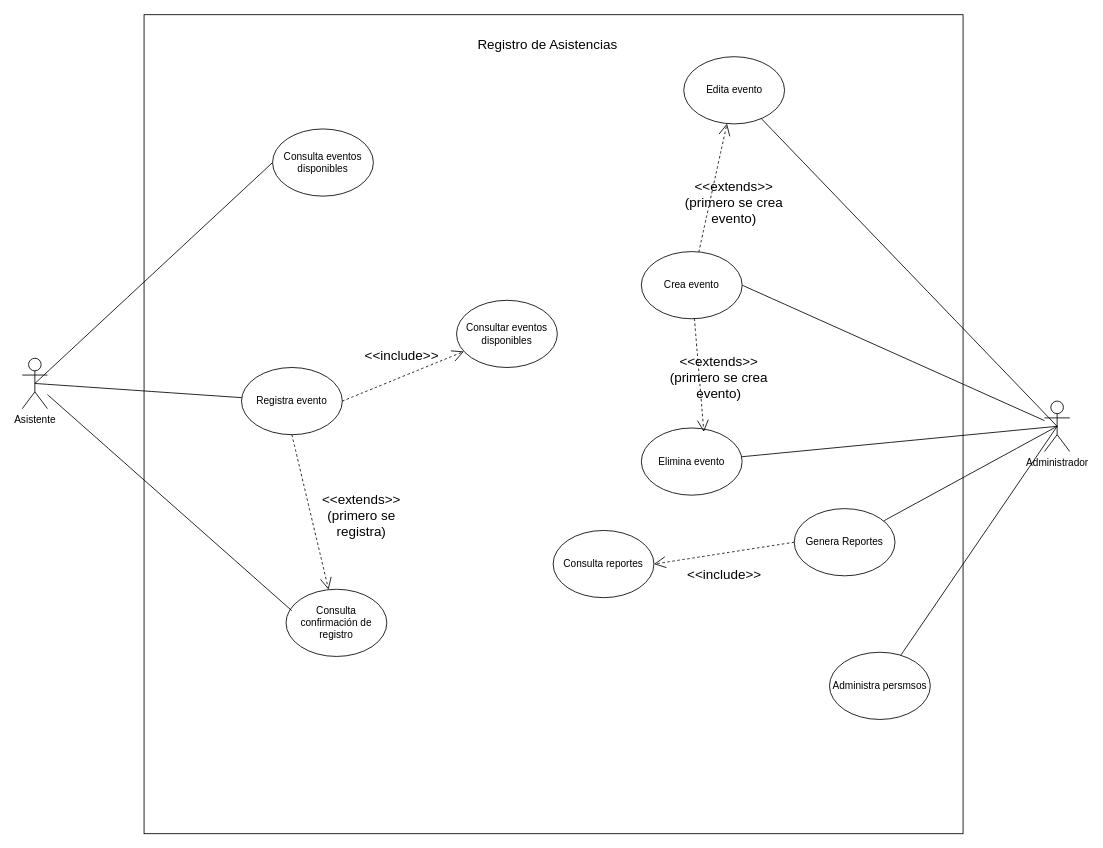
Before: caso_uso_pass.drawio in DrAtl30/potro_pass, a draw.io diagram. Source tidied: cells renumbered, new cells numbered last; positions are measured from the earlier drawing's top-left corner, leaving out a move shared by most shapes. Both pictures are drawn from the tidied source at 84%, with x=0, y=0 at pixel (22, 14).
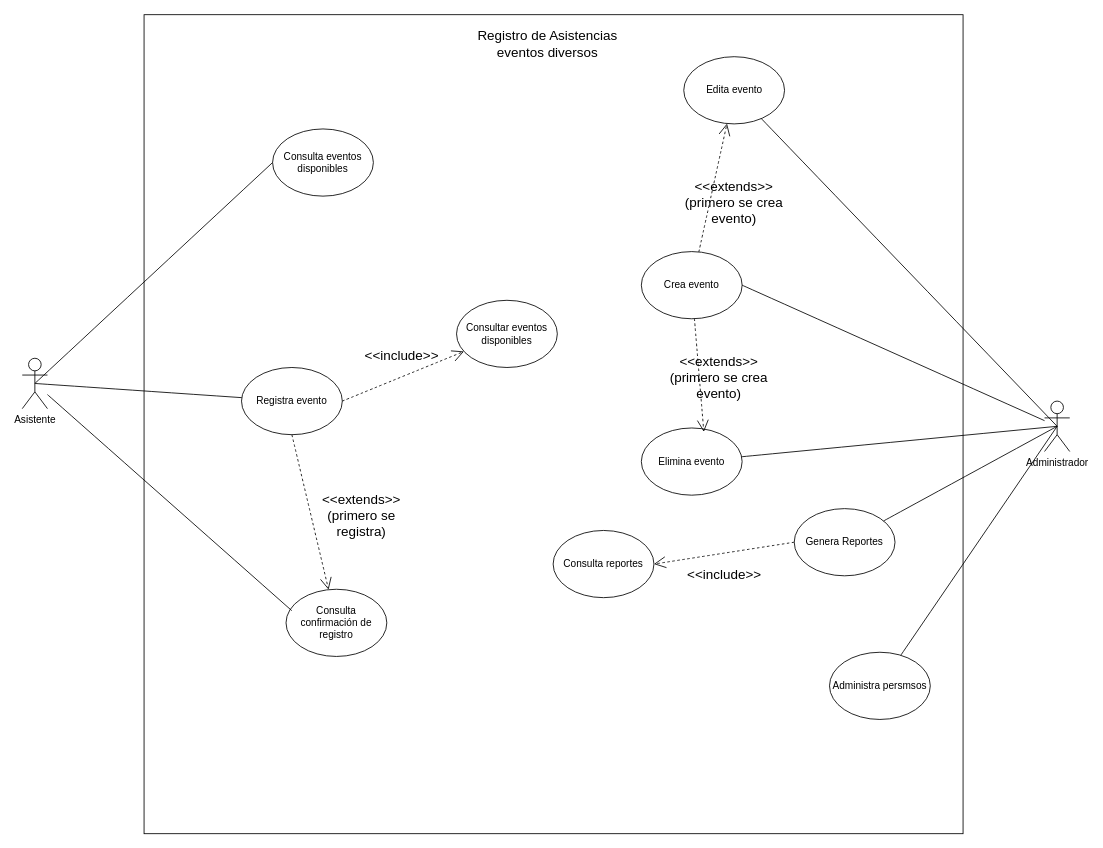
The same diagram, later.

Change to the diagram source:
```diff
@@
-    <mxCell id="6" value="Registro de Asistencias" style="text;html=1;align=center;verticalAlign=middle;whiteSpace=wrap;rounded=0;fontSize=16;" parent="1" vertex="1">
+    <mxCell id="6" value="Registro de Asistencias eventos diversos" style="text;html=1;align=center;verticalAlign=middle;whiteSpace=wrap;rounded=0;fontSize=16;" parent="1" vertex="1">
       <mxGeometry x="523" y="20" width="205" height="30" as="geometry" />
     </mxCell>
```
